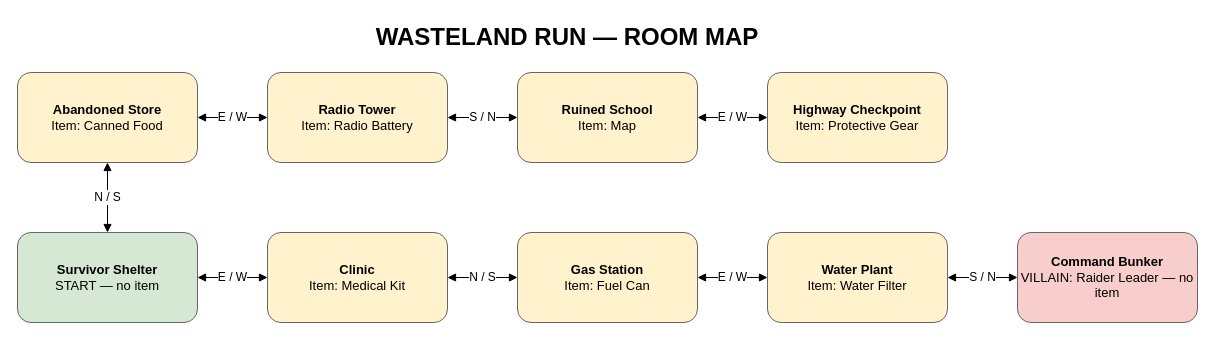
This is Project-One/game_map.drawio from BirdBossKyle/it140-m3-assignment, a draw.io file, before an edit. Source tidied: cells renumbered, new cells numbered last; positions are measured from the earlier drawing's top-left corner, leaving out a move shared by most shapes. Both pictures are drawn from the tidied source at 100%, with x=0, y=0 at pixel (17, 17).
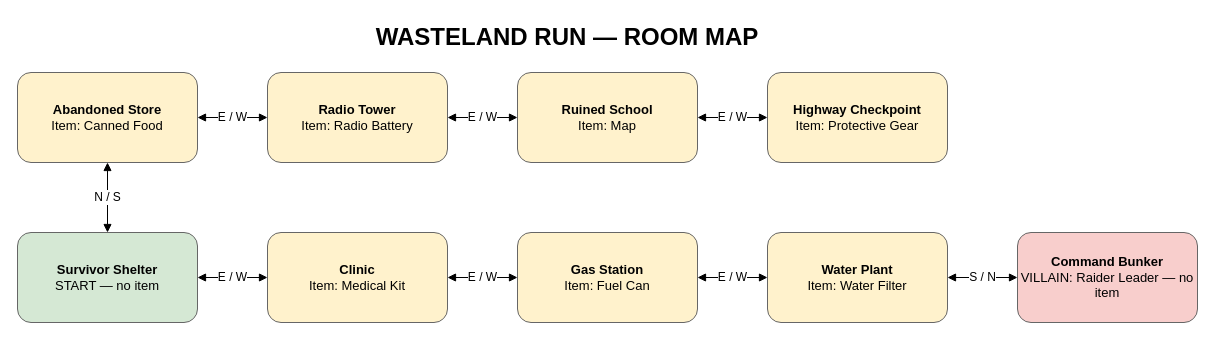
Above is the later version.

Commit message:
Align map directions and movement logic

Change to the diagram source:
```diff
@@
 <mxGraphModel>
   <root>
     <mxCell id="0" />
     <mxCell id="1" parent="0" />
     <mxCell id="2" value="WASTELAND RUN — ROOM MAP" style="text;html=1;align=center;verticalAlign=middle;whiteSpace=wrap;fontSize=24;fontStyle=1;" parent="1" vertex="1">
       <mxGeometry x="300" width="500" height="40" as="geometry" />
     </mxCell>
     <mxCell id="3" value="&lt;b&gt;Survivor Shelter&lt;/b&gt;&lt;br&gt;START — no item" style="rounded=1;whiteSpace=wrap;html=1;fillColor=#d5e8d4;strokeColor=#666666;fontSize=13;align=center;verticalAlign=middle;" parent="1" vertex="1">
       <mxGeometry y="215" width="180" height="90" as="geometry" />
     </mxCell>
     <mxCell id="4" value="&lt;b&gt;Abandoned Store&lt;/b&gt;&lt;br&gt;Item: Canned Food" style="rounded=1;whiteSpace=wrap;html=1;fillColor=#fff2cc;strokeColor=#666666;fontSize=13;align=center;verticalAlign=middle;" parent="1" vertex="1">
       <mxGeometry y="55" width="180" height="90" as="geometry" />
     </mxCell>
     <mxCell id="5" value="&lt;b&gt;Clinic&lt;/b&gt;&lt;br&gt;Item: Medical Kit" style="rounded=1;whiteSpace=wrap;html=1;fillColor=#fff2cc;strokeColor=#666666;fontSize=13;align=center;verticalAlign=middle;" parent="1" vertex="1">
       <mxGeometry x="250" y="215" width="180" height="90" as="geometry" />
     </mxCell>
     <mxCell id="6" value="&lt;b&gt;Radio Tower&lt;/b&gt;&lt;br&gt;Item: Radio Battery" style="rounded=1;whiteSpace=wrap;html=1;fillColor=#fff2cc;strokeColor=#666666;fontSize=13;align=center;verticalAlign=middle;" parent="1" vertex="1">
       <mxGeometry x="250" y="55" width="180" height="90" as="geometry" />
     </mxCell>
     <mxCell id="7" value="&lt;b&gt;Gas Station&lt;/b&gt;&lt;br&gt;Item: Fuel Can" style="rounded=1;whiteSpace=wrap;html=1;fillColor=#fff2cc;strokeColor=#666666;fontSize=13;align=center;verticalAlign=middle;" parent="1" vertex="1">
       <mxGeometry x="500" y="215" width="180" height="90" as="geometry" />
     </mxCell>
     <mxCell id="8" value="&lt;b&gt;Ruined School&lt;/b&gt;&lt;br&gt;Item: Map" style="rounded=1;whiteSpace=wrap;html=1;fillColor=#fff2cc;strokeColor=#666666;fontSize=13;align=center;verticalAlign=middle;" parent="1" vertex="1">
       <mxGeometry x="500" y="55" width="180" height="90" as="geometry" />
     </mxCell>
     <mxCell id="9" value="&lt;b&gt;Water Plant&lt;/b&gt;&lt;br&gt;Item: Water Filter" style="rounded=1;whiteSpace=wrap;html=1;fillColor=#fff2cc;strokeColor=#666666;fontSize=13;align=center;verticalAlign=middle;" parent="1" vertex="1">
       <mxGeometry x="750" y="215" width="180" height="90" as="geometry" />
     </mxCell>
     <mxCell id="10" value="&lt;b&gt;Highway Checkpoint&lt;/b&gt;&lt;br&gt;Item: Protective Gear" style="rounded=1;whiteSpace=wrap;html=1;fillColor=#fff2cc;strokeColor=#666666;fontSize=13;align=center;verticalAlign=middle;" parent="1" vertex="1">
       <mxGeometry x="750" y="55" width="180" height="90" as="geometry" />
     </mxCell>
     <mxCell id="11" value="&lt;b&gt;Command Bunker&lt;/b&gt;&lt;br&gt;VILLAIN: Raider Leader — no item" style="rounded=1;whiteSpace=wrap;html=1;fillColor=#f8cecc;strokeColor=#666666;fontSize=13;align=center;verticalAlign=middle;" parent="1" vertex="1">
       <mxGeometry x="1000" y="215" width="180" height="90" as="geometry" />
     </mxCell>
     <mxCell id="12" value="N / S" style="edgeStyle=orthogonalEdgeStyle;rounded=1;jettySize=auto;html=1;endArrow=block;endFill=1;startArrow=block;startFill=1;fontSize=12;labelBackgroundColor=#ffffff;" parent="1" edge="1" source="3" target="4">
       <mxGeometry relative="1" as="geometry" />
     </mxCell>
     <mxCell id="13" value="E / W" style="edgeStyle=orthogonalEdgeStyle;rounded=1;jettySize=auto;html=1;endArrow=block;endFill=1;startArrow=block;startFill=1;fontSize=12;labelBackgroundColor=#ffffff;" parent="1" edge="1" source="3" target="5">
       <mxGeometry relative="1" as="geometry" />
     </mxCell>
     <mxCell id="14" value="E / W" style="edgeStyle=orthogonalEdgeStyle;rounded=1;jettySize=auto;html=1;endArrow=block;endFill=1;startArrow=block;startFill=1;fontSize=12;labelBackgroundColor=#ffffff;" parent="1" edge="1" source="4" target="6">
       <mxGeometry relative="1" as="geometry" />
     </mxCell>
-    <mxCell id="15" value="N / S" style="edgeStyle=orthogonalEdgeStyle;rounded=1;jettySize=auto;html=1;endArrow=block;endFill=1;startArrow=block;startFill=1;fontSize=12;labelBackgroundColor=#ffffff;" parent="1" edge="1" source="5" target="7">
+    <mxCell id="15" value="E / W" style="edgeStyle=orthogonalEdgeStyle;rounded=1;jettySize=auto;html=1;endArrow=block;endFill=1;startArrow=block;startFill=1;fontSize=12;labelBackgroundColor=#ffffff;" parent="1" edge="1" source="5" target="7">
       <mxGeometry relative="1" as="geometry" />
     </mxCell>
-    <mxCell id="16" value="S / N" style="edgeStyle=orthogonalEdgeStyle;rounded=1;jettySize=auto;html=1;endArrow=block;endFill=1;startArrow=block;startFill=1;fontSize=12;labelBackgroundColor=#ffffff;" parent="1" edge="1" source="6" target="8">
+    <mxCell id="16" value="E / W" style="edgeStyle=orthogonalEdgeStyle;rounded=1;jettySize=auto;html=1;endArrow=block;endFill=1;startArrow=block;startFill=1;fontSize=12;labelBackgroundColor=#ffffff;" parent="1" edge="1" source="6" target="8">
       <mxGeometry relative="1" as="geometry" />
     </mxCell>
     <mxCell id="17" value="E / W" style="edgeStyle=orthogonalEdgeStyle;rounded=1;jettySize=auto;html=1;endArrow=block;endFill=1;startArrow=block;startFill=1;fontSize=12;labelBackgroundColor=#ffffff;" parent="1" edge="1" source="7" target="9">
       <mxGeometry relative="1" as="geometry" />
     </mxCell>
     <mxCell id="18" value="E / W" style="edgeStyle=orthogonalEdgeStyle;rounded=1;jettySize=auto;html=1;endArrow=block;endFill=1;startArrow=block;startFill=1;fontSize=12;labelBackgroundColor=#ffffff;" parent="1" edge="1" source="8" target="10">
       <mxGeometry relative="1" as="geometry" />
     </mxCell>
     <mxCell id="19" value="S / N" style="edgeStyle=orthogonalEdgeStyle;rounded=1;jettySize=auto;html=1;endArrow=block;endFill=1;startArrow=block;startFill=1;fontSize=12;labelBackgroundColor=#ffffff;" parent="1" edge="1" source="9" target="11">
       <mxGeometry relative="1" as="geometry" />
     </mxCell>
   </root>
 </mxGraphModel>
```
